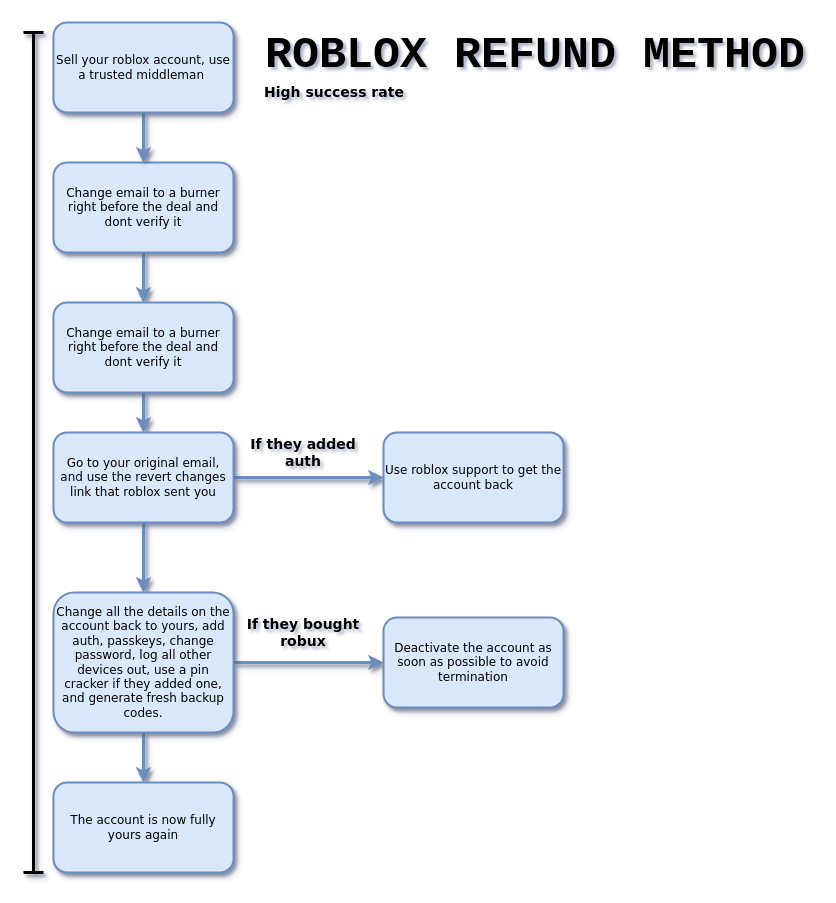
This is RRefund/RRefund.drawio from surhan1/drawio, a draw.io file, before an edit. Source tidied: cells renumbered, new cells numbered last; positions are measured from the earlier drawing's top-left corner, leaving out a move shared by most shapes. Both pictures are drawn from the tidied source at 100%, with x=0, y=0 at pixel (23, 22).
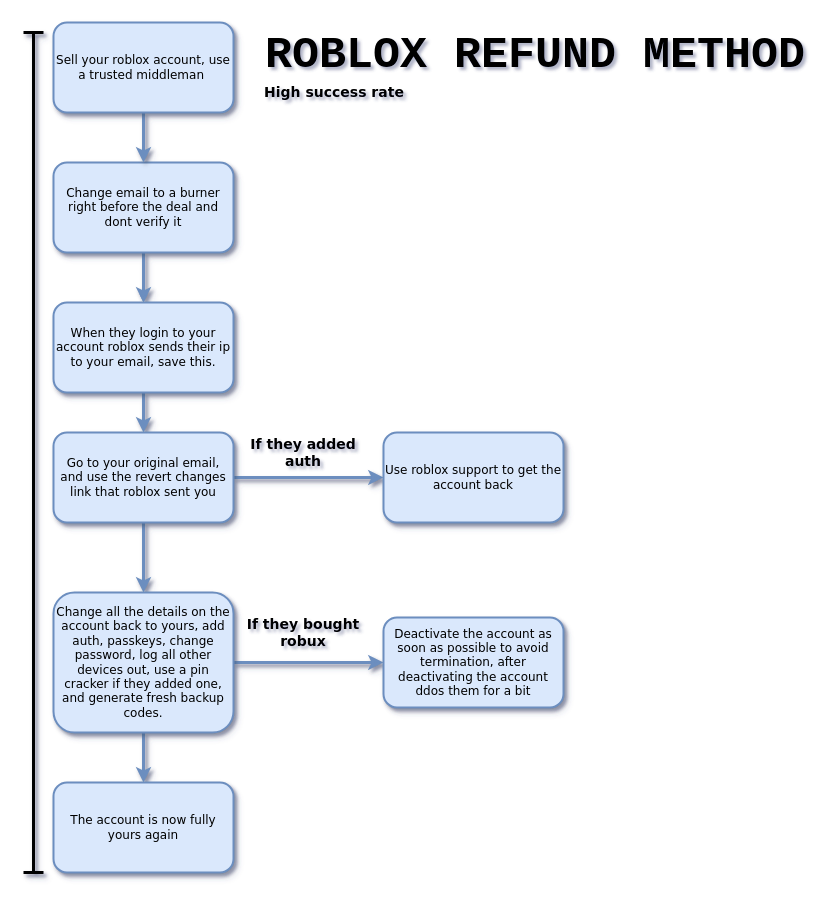
The same diagram, later.

What changed in the source:
```diff
@@
-    <mxCell id="6" value="&lt;font face=&quot;Verdana&quot;&gt;Change email to a burner right before the deal and dont verify it&lt;/font&gt;" style="rounded=1;whiteSpace=wrap;html=1;fontSize=12;glass=0;strokeWidth=2;shadow=1;snapToPoint=0;fixDash=0;backgroundOutline=0;fillColor=#dae8fc;strokeColor=#6c8ebf;" parent="1" vertex="1">
+    <mxCell id="6" value="&lt;font face=&quot;Verdana&quot;&gt;When they login to your account roblox sends their ip to your email, save this.&lt;/font&gt;" style="rounded=1;whiteSpace=wrap;html=1;fontSize=12;glass=0;strokeWidth=2;shadow=1;snapToPoint=0;fixDash=0;backgroundOutline=0;fillColor=#dae8fc;strokeColor=#6c8ebf;" parent="1" vertex="1">
       <mxGeometry x="30" y="280" width="180" height="90" as="geometry" />
     </mxCell>
@@
-    <mxCell id="15" value="&lt;font face=&quot;Verdana&quot;&gt;Deactivate the account as soon as possible to avoid termination&lt;/font&gt;" style="rounded=1;whiteSpace=wrap;html=1;fontSize=12;glass=0;strokeWidth=2;shadow=1;snapToPoint=0;fixDash=0;backgroundOutline=0;fillColor=#dae8fc;strokeColor=#6c8ebf;" parent="1" vertex="1">
+    <mxCell id="15" value="&lt;font face=&quot;Verdana&quot;&gt;Deactivate the account as soon as possible to avoid termination, after deactivating the account ddos them for a bit&lt;/font&gt;" style="rounded=1;whiteSpace=wrap;html=1;fontSize=12;glass=0;strokeWidth=2;shadow=1;snapToPoint=0;fixDash=0;backgroundOutline=0;fillColor=#dae8fc;strokeColor=#6c8ebf;" parent="1" vertex="1">
       <mxGeometry x="360" y="595" width="180" height="90" as="geometry" />
     </mxCell>
```
